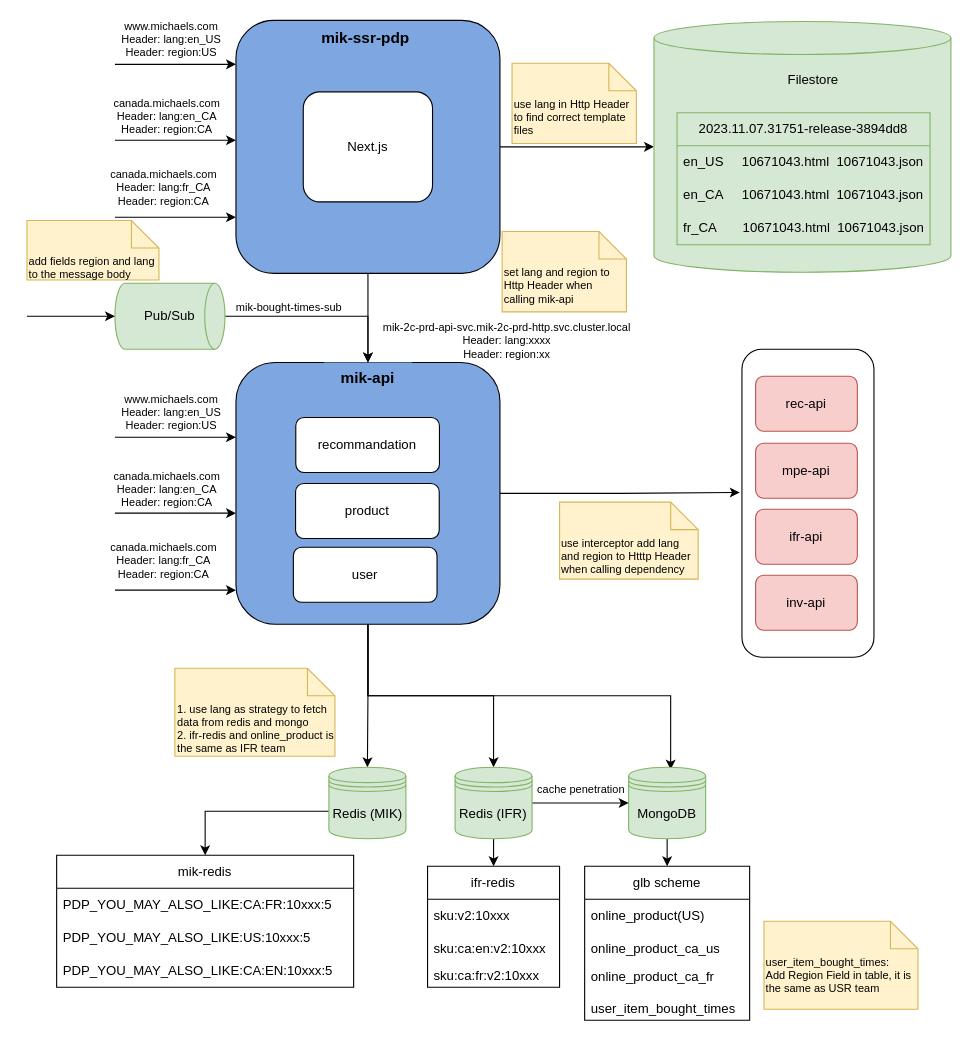
Above: PDP-CA-site.drawio in SaberBing/redisson-examples (draw.io), before the change. Source tidied: cells renumbered, new cells numbered last; positions are measured from the earlier drawing's top-left corner, leaving out a move shared by most shapes. Both pictures are drawn from the tidied source at 110%, with x=0, y=0 at pixel (26, 20).
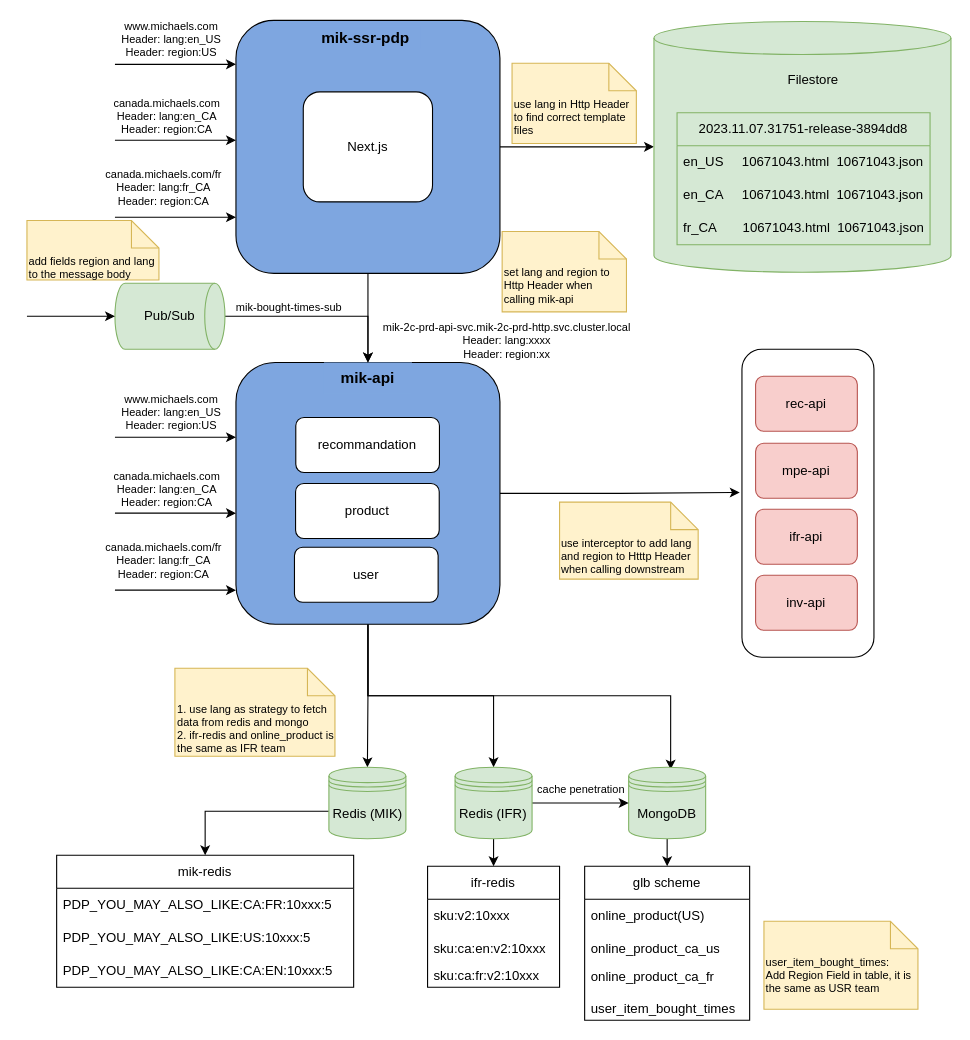
The same page after the edit.

Diff of the diagram source:
```diff
@@
-    <mxCell id="51" value="canada.michaels.com&lt;br style=&quot;font-size: 10px;&quot;&gt;Header: lang:fr_CA&lt;br style=&quot;font-size: 10px;&quot;&gt;Header: region:CA" style="edgeLabel;html=1;align=center;verticalAlign=middle;fontSize=10;" parent="1" vertex="1">
+    <mxCell id="51" value="canada.michaels.com/fr&lt;br style=&quot;font-size: 10px;&quot;&gt;Header: lang:fr_CA&lt;br style=&quot;font-size: 10px;&quot;&gt;Header: region:CA" style="edgeLabel;html=1;align=center;verticalAlign=middle;fontSize=10;" parent="1" vertex="1">
       <mxGeometry x="130" y="149" as="geometry">
         <mxPoint x="-7" y="2" as="offset" />
       </mxGeometry>
     </mxCell>
@@
-    <mxCell id="59" value="canada.michaels.com&lt;br style=&quot;font-size: 10px;&quot;&gt;Header: lang:fr_CA&lt;br style=&quot;font-size: 10px;&quot;&gt;Header: region:CA" style="edgeLabel;html=1;align=center;verticalAlign=middle;fontSize=10;" parent="1" vertex="1">
+    <mxCell id="59" value="canada.michaels.com/fr&lt;br style=&quot;font-size: 10px;&quot;&gt;Header: lang:fr_CA&lt;br style=&quot;font-size: 10px;&quot;&gt;Header: region:CA" style="edgeLabel;html=1;align=center;verticalAlign=middle;fontSize=10;" parent="1" vertex="1">
       <mxGeometry x="130" y="488" as="geometry">
         <mxPoint x="-7" y="2" as="offset" />
       </mxGeometry>
     </mxCell>
@@
-    <mxCell id="65" value="&lt;div style=&quot;font-size: 10px;&quot;&gt;use interceptor add lang and region to Htttp Header when calling dependency&amp;nbsp;&lt;br&gt;&lt;/div&gt;" style="shape=note2;boundedLbl=1;whiteSpace=wrap;html=1;size=25;verticalAlign=top;align=left;fillColor=#fff2cc;strokeColor=#d6b656;fontSize=10;" parent="1" vertex="1">
+    <mxCell id="65" value="&lt;div style=&quot;font-size: 10px;&quot;&gt;use interceptor to add lang and region to Htttp Header when calling downstream&amp;nbsp;&lt;br&gt;&lt;/div&gt;" style="shape=note2;boundedLbl=1;whiteSpace=wrap;html=1;size=25;verticalAlign=top;align=left;fillColor=#fff2cc;strokeColor=#d6b656;fontSize=10;" parent="1" vertex="1">
       <mxGeometry x="484.2" y="438" width="126" height="70" as="geometry" />
     </mxCell>
@@
     <mxCell id="68" value="user" style="rounded=1;whiteSpace=wrap;html=1;fillStyle=auto;fillColor=#FFFFFF;strokeWidth=1;" parent="1" vertex="1">
-      <mxGeometry x="242.2" y="479" width="130.6" height="50" as="geometry" />
+      <mxGeometry x="243.2" y="479" width="130.6" height="50" as="geometry" />
     </mxCell>
```
